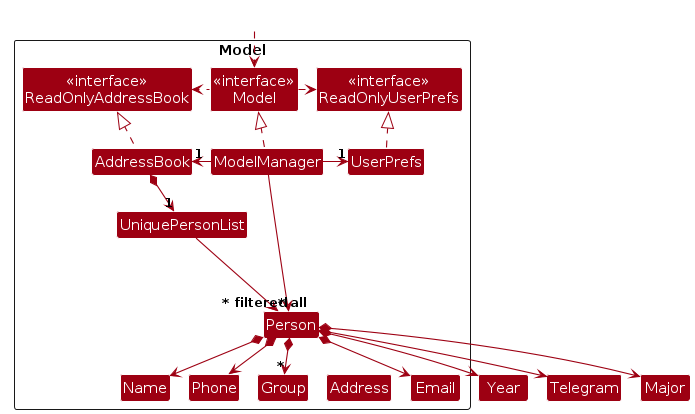
The PlantUML diagram diagrams/ModelClassDiagram.png in jocelyn-soh/tp, before a commit. Its source is kept beside it as diagrams/ModelClassDiagram.puml.
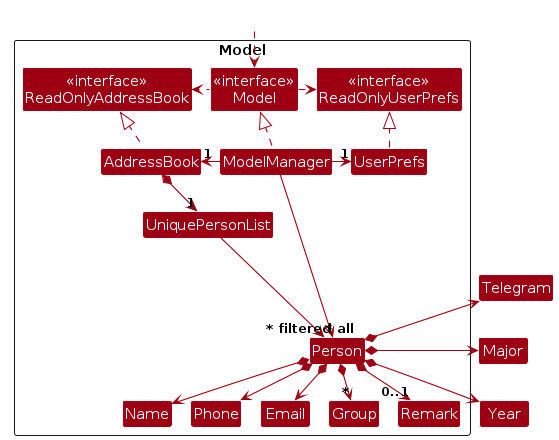
The same file after the commit.

Change to the diagram source:
```diff
@@ -15,11 +15,11 @@
 
 Class UniquePersonList
 Class Person
-Class Address
 Class Email
 Class Name
 Class Phone
 Class Group
+Class Remark
 
 Class I #FFFFFF
 }
@@ -42,16 +42,16 @@
 Person *--> Phone
 Person *--> Email
 Person *--> Year
-Person *--> Telegram
-Person *--> Major
+Person *-up-> Telegram
+Person *-right-> Major
 Person *--> "*" Group
+Person *--> "0..1" Remark
 
 Person -[hidden]up--> I
 UniquePersonList -[hidden]right-> I
 
 Name -[hidden]right-> Phone
-Phone -[hidden]right-> Address
-Address -[hidden]right-> Email
+Phone -[hidden]right-> Email
 
 ModelManager --> "~* filtered" Person
 @enduml
```
